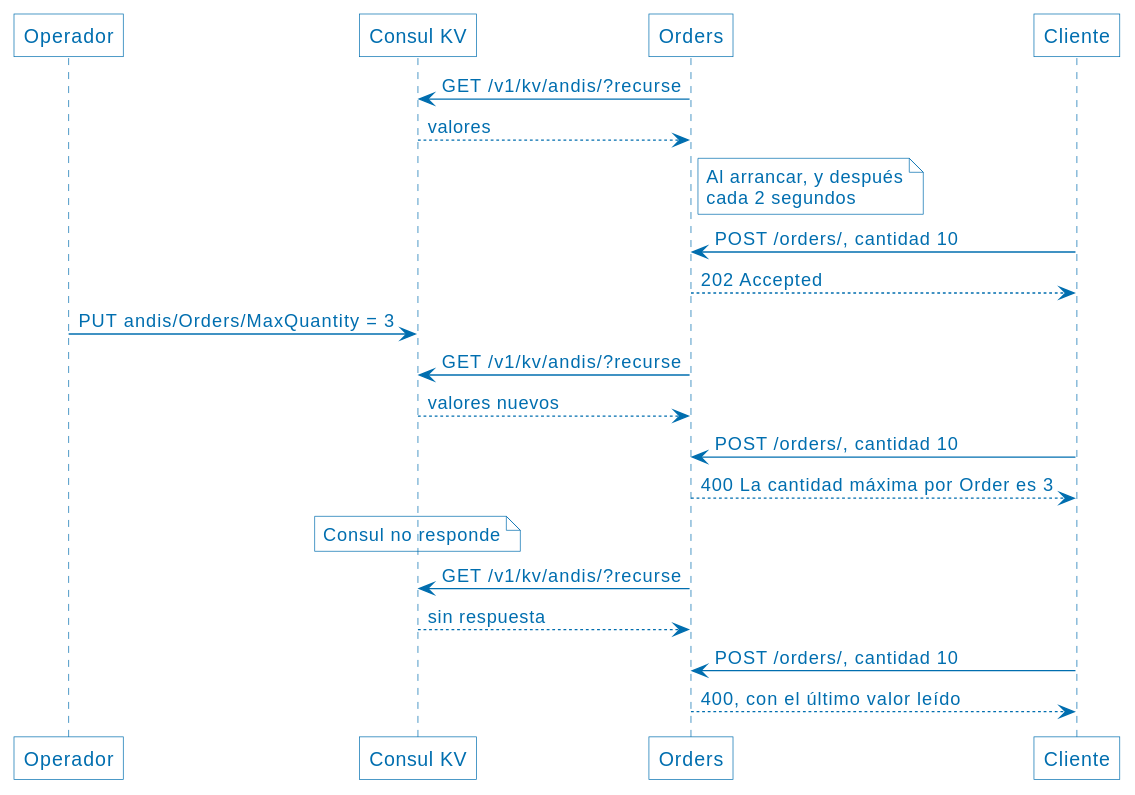
Above: assets/23-external-configuration-store.svg in ucudal/ANDIS2_UT4_DEMO1 (PlantUML), before the change. Its diagram source:
```plantuml
@startuml
!include PlantUML.style
participant "Operador" as U
participant "Consul KV" as C
participant "Orders" as O
participant "Cliente" as K
O -> C : GET /v1/kv/andis/?recurse
C --> O : valores
note right of O : Al arrancar, y después\ncada 2 segundos
K -> O : POST /orders/, cantidad 10
O --> K : 202 Accepted
U -> C : PUT andis/Orders/MaxQuantity = 3
O -> C : GET /v1/kv/andis/?recurse
C --> O : valores nuevos
K -> O : POST /orders/, cantidad 10
O --> K : 400 La cantidad máxima por Order es 3
note over C : Consul no responde
O -> C : GET /v1/kv/andis/?recurse
C --> O : sin respuesta
K -> O : POST /orders/, cantidad 10
O --> K : 400, con el último valor leído
@enduml
```
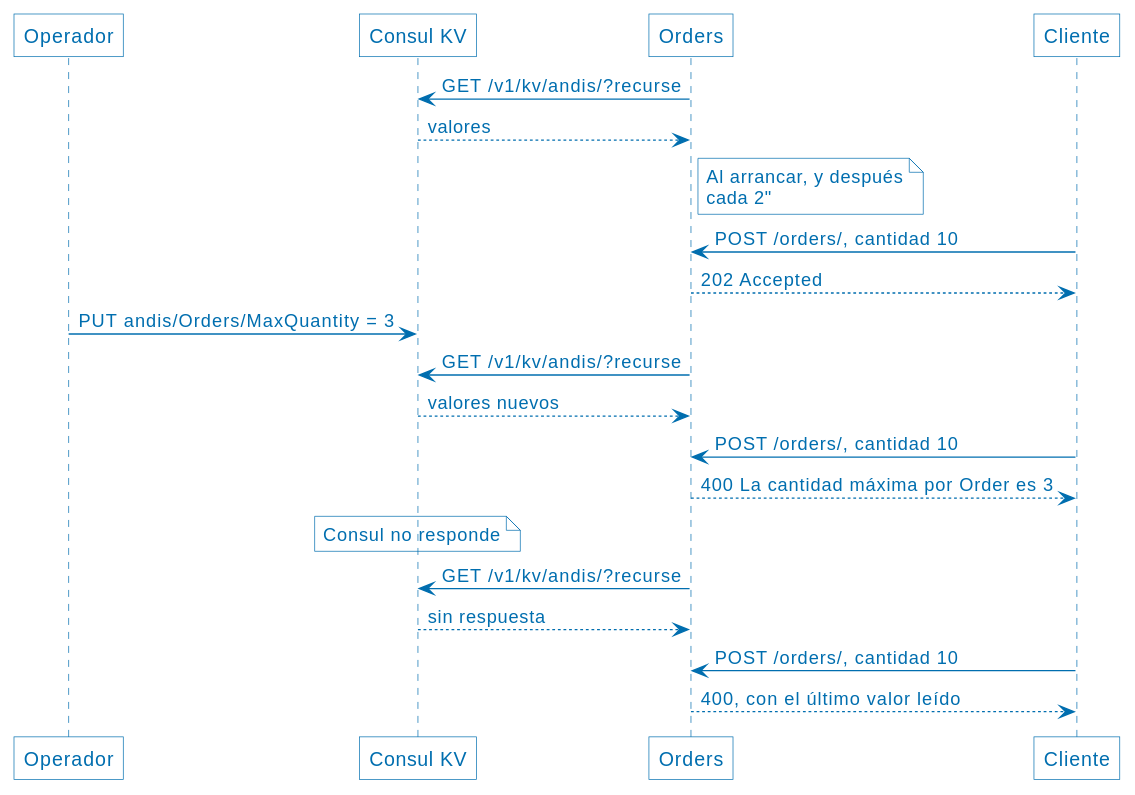
After the change.

Change to the diagram source:
```diff
@@ -6,7 +6,7 @@
 participant "Cliente" as K
 O -> C : GET /v1/kv/andis/?recurse
 C --> O : valores
-note right of O : Al arrancar, y después\ncada 2 segundos
+note right of O : Al arrancar, y después\ncada 2"
 K -> O : POST /orders/, cantidad 10
 O --> K : 202 Accepted
 U -> C : PUT andis/Orders/MaxQuantity = 3
```
